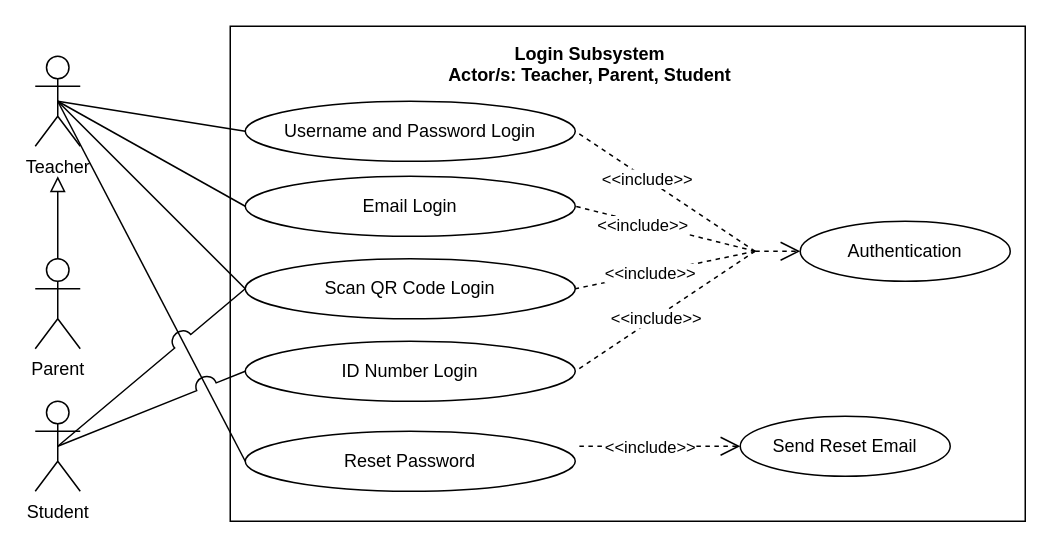
The draw.io diagram page "LOG IN" (2 of 7) of REVISIONS/UML-DIAGRAMS/Diagrams 5-29-2021/Diagram.drawio in mrklglsn/CAPSTONE-FILES, before the edit. Source tidied: cells renumbered, new cells numbered last; positions are measured from the earlier drawing's top-left corner, leaving out a move shared by most shapes. Both pictures are drawn from the tidied source at 150%, with x=0, y=0 at pixel (34, 26).
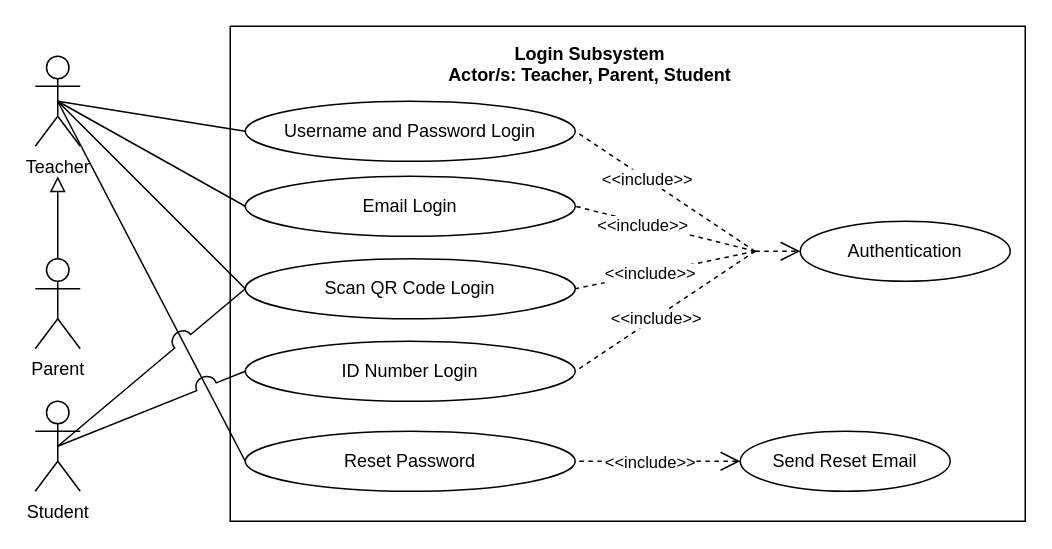
Above is the later version.

Unchanged cells that the change refers to:
```xml
<mxCell id="24" value="Reset Password" style="ellipse;whiteSpace=wrap;html=1;fillColor=none;" parent="1" vertex="1">
  <mxGeometry x="140" y="270" width="220" height="40" as="geometry" />
</mxCell>
```

Diff of the diagram source:
```diff
@@
     <mxCell id="25" value="Send Reset Email" style="ellipse;whiteSpace=wrap;html=1;fillColor=none;" parent="1" vertex="1">
-      <mxGeometry x="470" y="260" width="140" height="40" as="geometry" />
+      <mxGeometry x="470" y="270" width="140" height="40" as="geometry" />
     </mxCell>
-    <mxCell id="26" style="edgeStyle=none;rounded=0;jumpStyle=arc;jumpSize=14;jettySize=auto;html=1;exitX=0;exitY=0.5;exitDx=0;exitDy=0;dashed=1;startArrow=open;startFill=0;endArrow=none;endFill=0;startSize=11;endSize=11;" parent="1" edge="1" source="25">
-      <mxGeometry relative="1" as="geometry">
-        <mxPoint x="360" y="280" as="targetPoint" />
-      </mxGeometry>
+    <mxCell id="26" style="edgeStyle=none;rounded=0;jumpStyle=arc;jumpSize=14;jettySize=auto;html=1;exitX=0;exitY=0.5;exitDx=0;exitDy=0;dashed=1;startArrow=open;startFill=0;endArrow=none;endFill=0;startSize=11;endSize=11;entryX=1;entryY=0.5;entryDx=0;entryDy=0;" parent="1" edge="1" source="25" target="24">
+      <mxGeometry relative="1" as="geometry" />
     </mxCell>
```
